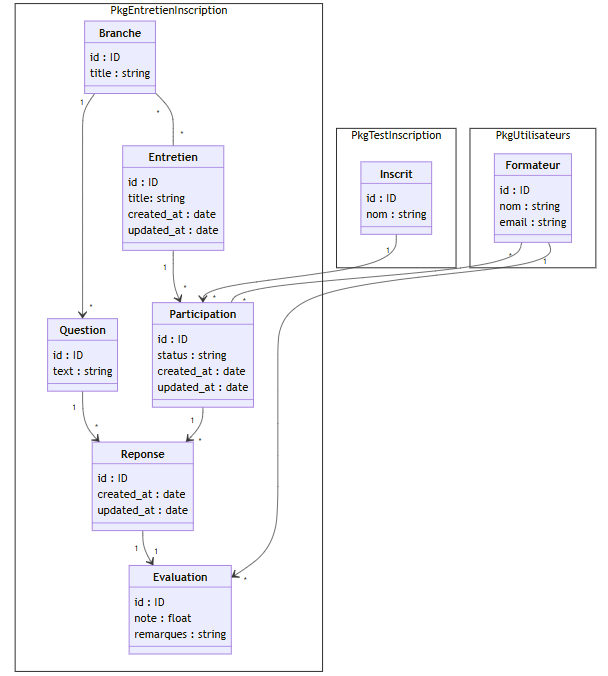
This is docs/assets/img/Diagramme_de_class.png from Suirita/File_rouge, a Mermaid export, as it was before one commit. Its source is kept beside it as Diagramme_de_class/Diagramme_de_class.mmd.
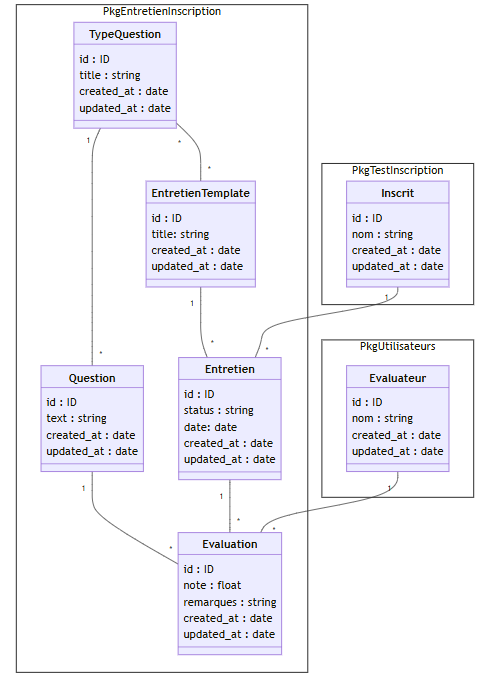
Above is the later version.

What changed in the source:
```diff
@@ -1,40 +1,38 @@
 classDiagram
 
 namespace PkgEntretienInscription {
+  class EntretienModèle
   class Entretien
-  class Participation
-  class Branche
+  class TypeQuestion
   class Question
-  class Reponse
   class Evaluation
 }
 
-class Entretien {
+class EntretienModèle {
   id : ID
   title: string
   created_at : date
   updated_at : date
 }
 
-class Participation {
+class Entretien {
   id : ID
   status : string
+  date: date
   created_at : date
   updated_at : date
 }
 
-class Branche {
+class TypeQuestion {
   id : ID
   title : string
+  created_at : date
+  updated_at : date
 }
 
 class Question {
   id : ID
-  text : string
-}
-
-class Reponse {
-  id : ID
+  title : string
   created_at : date
   updated_at : date
 }
@@ -43,6 +41,8 @@
   id : ID
   note : float
   remarques : string
+  created_at : date
+  updated_at : date
 }
 
 namespace PkgTestInscription {
@@ -52,25 +52,25 @@
 class Inscrit {
   id : ID
   nom : string
+  created_at : date
+  updated_at : date
 }
 
 namespace PkgUtilisateurs {
-  class Formateur
+  class Evaluateur
 }
 
-class Formateur {
+class Evaluateur {
   id : ID
   nom : string
-  email : string
+  created_at : date
+  updated_at : date
 }
 
-
-Inscrit "1" --> "*" Participation
-Participation "1" --> "*" Reponse
-Formateur "*" -- "*" Participation
-Branche "1" --> "*" Question
-Reponse "1" --> "1" Evaluation
-Formateur "1" --> "*" Evaluation
-Entretien "1" --> "*" Participation
-Branche "*" -- "*" Entretien
-Question "1" --> "*" Reponse
+Inscrit "1" -- "*" Entretien
+Entretien "1" -- "*" Evaluation
+TypeQuestion "1" -- "*" Question
+Evaluateur "1" -- "*" Evaluation
+EntretienModèle "1" -- "*" Entretien
+TypeQuestion "*" -- "*" EntretienModèle
+Question "1" -- "*" Evaluation
```
